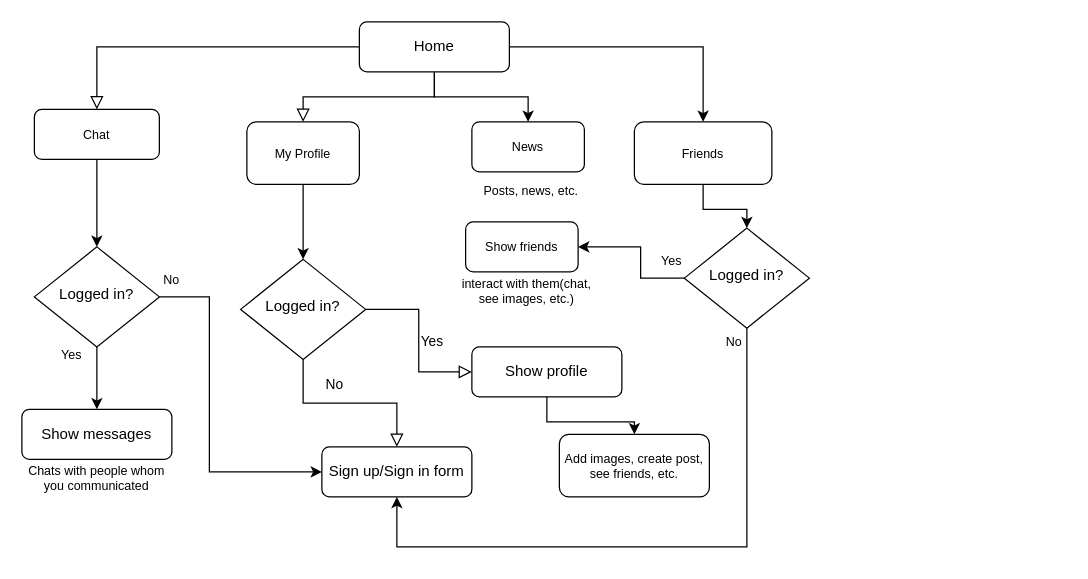
Earlier version of the draw.io diagram Sitemap Diagram.drawio (TomiokaGiyuuu/youme). Source tidied: cells renumbered, new cells numbered last; positions are measured from the earlier drawing's top-left corner, leaving out a move shared by most shapes. Both pictures are drawn from the tidied source at 125%, with x=0, y=0 at pixel (21, 21).
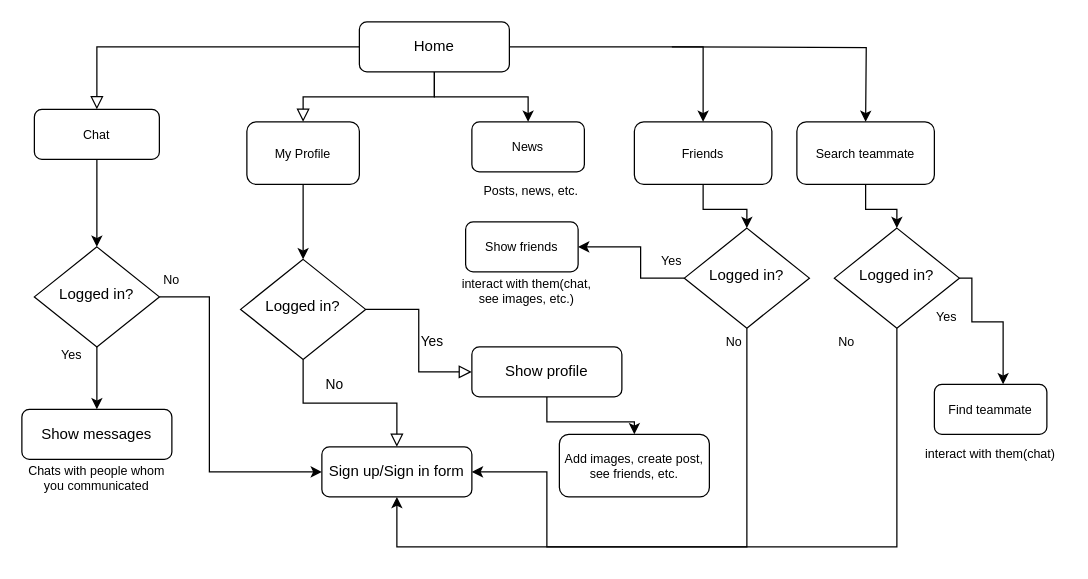
The same page after the edit.

The change refers to these unchanged cells:
```xml
<mxCell id="9" value="Sign up/Sign in form" style="rounded=1;whiteSpace=wrap;html=1;fontSize=12;glass=0;strokeWidth=1;shadow=0;" parent="1" vertex="1">
  <mxGeometry x="240" y="340" width="120" height="40" as="geometry" />
</mxCell>
```

The edit, as a diff of the source:
```diff
@@
+    <mxCell id="36" style="edgeStyle=orthogonalEdgeStyle;rounded=0;orthogonalLoop=1;jettySize=auto;html=1;exitX=1;exitY=0.5;exitDx=0;exitDy=0;fontSize=10;" parent="1" edge="1">
+      <mxGeometry relative="1" as="geometry">
+        <mxPoint x="520" y="20" as="sourcePoint" />
+        <mxPoint x="675" y="80" as="targetPoint" />
+      </mxGeometry>
+    </mxCell>
+    <mxCell id="37" value="Search teammate" style="rounded=1;whiteSpace=wrap;html=1;fontSize=10;" parent="1" vertex="1">
+      <mxGeometry x="620" y="80" width="110" height="50" as="geometry" />
+    </mxCell>
+    <mxCell id="38" style="edgeStyle=orthogonalEdgeStyle;rounded=0;jettySize=auto;html=1;fontSize=10;" parent="1" edge="1" source="37" target="39">
+      <mxGeometry relative="1" as="geometry" />
+    </mxCell>
+    <mxCell id="39" value="Logged in?" style="rhombus;whiteSpace=wrap;html=1;shadow=0;fontFamily=Helvetica;fontSize=12;align=center;strokeWidth=1;spacing=6;spacingTop=-4;" parent="1" vertex="1">
+      <mxGeometry x="650" y="165" width="100" height="80" as="geometry" />
+    </mxCell>
+    <mxCell id="40" value="&lt;font style=&quot;font-size: 10px&quot;&gt;No&lt;/font&gt;" style="text;html=1;strokeColor=none;fillColor=none;align=center;verticalAlign=middle;whiteSpace=wrap;rounded=0;fontSize=14;" parent="1" vertex="1">
+      <mxGeometry x="630" y="240" width="60" height="30" as="geometry" />
+    </mxCell>
+    <mxCell id="41" style="edgeStyle=orthogonalEdgeStyle;rounded=0;jettySize=auto;html=1;fontSize=10;" parent="1" edge="1" target="9">
+      <mxGeometry relative="1" as="geometry">
+        <mxPoint x="700" y="245" as="sourcePoint" />
+        <Array as="points">
+          <mxPoint x="700" y="420" />
+          <mxPoint x="420" y="420" />
+          <mxPoint x="420" y="360" />
+        </Array>
+      </mxGeometry>
+    </mxCell>
+    <mxCell id="42" value="&lt;span style=&quot;font-size: 10px&quot;&gt;Yes&lt;/span&gt;" style="text;html=1;strokeColor=none;fillColor=none;align=center;verticalAlign=middle;whiteSpace=wrap;rounded=0;fontSize=14;" parent="1" vertex="1">
+      <mxGeometry x="710" y="220" width="60" height="30" as="geometry" />
+    </mxCell>
+    <mxCell id="43" value="Find teammate" style="rounded=1;whiteSpace=wrap;html=1;fontSize=10;" parent="1" vertex="1">
+      <mxGeometry x="730" y="290" width="90" height="40" as="geometry" />
+    </mxCell>
+    <mxCell id="44" style="edgeStyle=orthogonalEdgeStyle;rounded=0;jettySize=auto;html=1;fontSize=10;" parent="1" edge="1" source="39" target="43">
+      <mxGeometry relative="1" as="geometry">
+        <Array as="points">
+          <mxPoint x="760" y="205" />
+          <mxPoint x="760" y="240" />
+          <mxPoint x="785" y="240" />
+        </Array>
+      </mxGeometry>
+    </mxCell>
+    <mxCell id="45" value="interact with them(chat)" style="text;html=1;strokeColor=none;fillColor=none;align=center;verticalAlign=middle;whiteSpace=wrap;rounded=0;fontSize=10;" parent="1" vertex="1">
+      <mxGeometry x="715" y="330" width="120" height="30" as="geometry" />
+    </mxCell>
```
